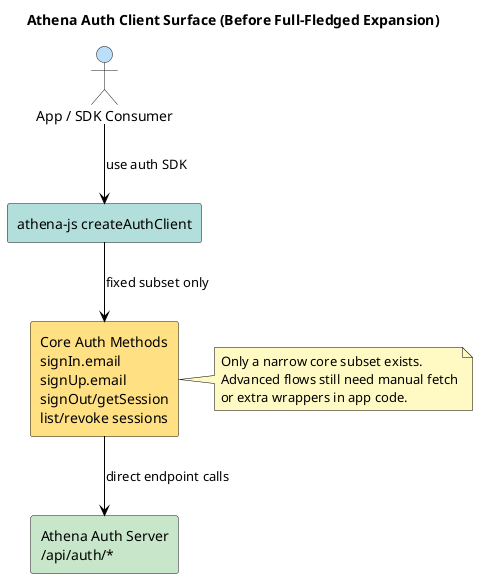
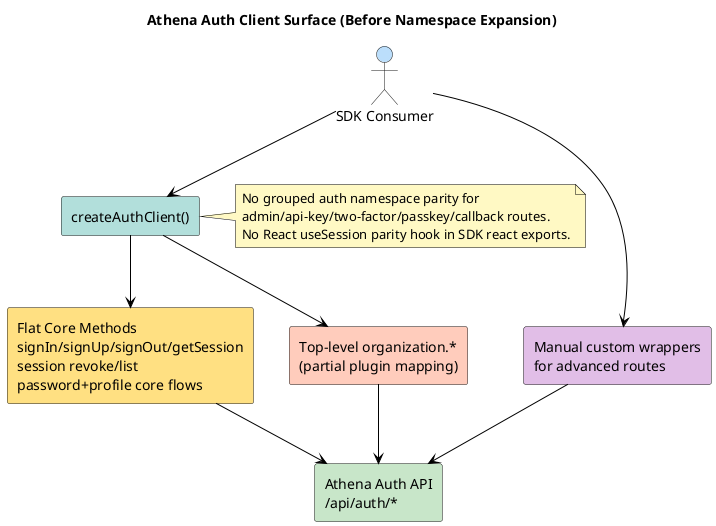
@startuml
- title Athena Auth Client Surface (Before Full-Fledged Expansion)
+ title Athena Auth Client Surface (Before Namespace Expansion)
skinparam backgroundColor #FFFFFF
skinparam componentStyle rectangle
skinparam ArrowColor #000000
skinparam defaultFontName Consolas
skinparam defaultFontColor #000000
skinparam noteBackgroundColor #FFF9C4
skinparam noteBorderColor #000000

- actor "App / SDK Consumer" as Consumer #BBDEFB
- component "athena-js createAuthClient" as AuthClient #B2DFDB
- component "Core Auth Methods\nsignIn.email\nsignUp.email\nsignOut/getSession\nlist/revoke sessions" as CoreMethods #FFE082
- component "Athena Auth Server\n/api/auth/*" as AuthServer #C8E6C9
+ actor "SDK Consumer" as Consumer #BBDEFB
+ component "createAuthClient()" as AuthClient #B2DFDB
+ component "Flat Core Methods\nsignIn/signUp/signOut/getSession\nsession revoke/list\npassword+profile core flows" as CoreMethods #FFE082
+ component "Top-level organization.*\n(partial plugin mapping)" as LegacyOrg #FFCCBC
+ component "Manual custom wrappers\nfor advanced routes" as ManualWrappers #E1BEE7
+ component "Athena Auth API\n/api/auth/*" as AuthServer #C8E6C9

- Consumer --> AuthClient : use auth SDK
- AuthClient --> CoreMethods : fixed subset only
- CoreMethods --> AuthServer : direct endpoint calls
+ Consumer --> AuthClient
+ AuthClient --> CoreMethods
+ AuthClient --> LegacyOrg
+ Consumer --> ManualWrappers
+ ManualWrappers --> AuthServer
+ CoreMethods --> AuthServer
+ LegacyOrg --> AuthServer

- note right of CoreMethods
- Only a narrow core subset exists.
- Advanced flows still need manual fetch
- or extra wrappers in app code.
+ note right of AuthClient
+ No grouped auth namespace parity for
+ admin/api-key/two-factor/passkey/callback routes.
+ No React useSession parity hook in SDK react exports.
end note
@enduml
